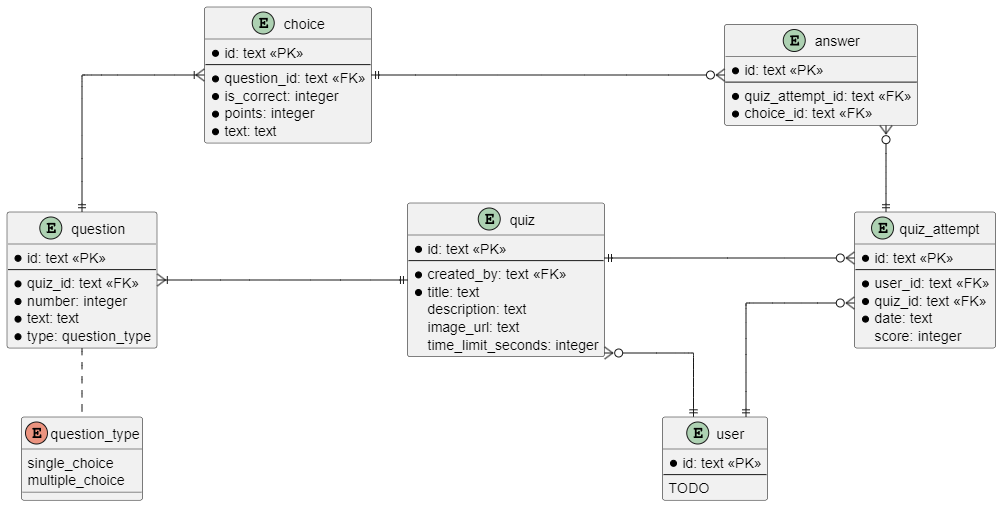
The PlantUML diagram design/erd.png in Quizeek/quizeek, before a commit. Its source is kept beside it as design/erd.puml.
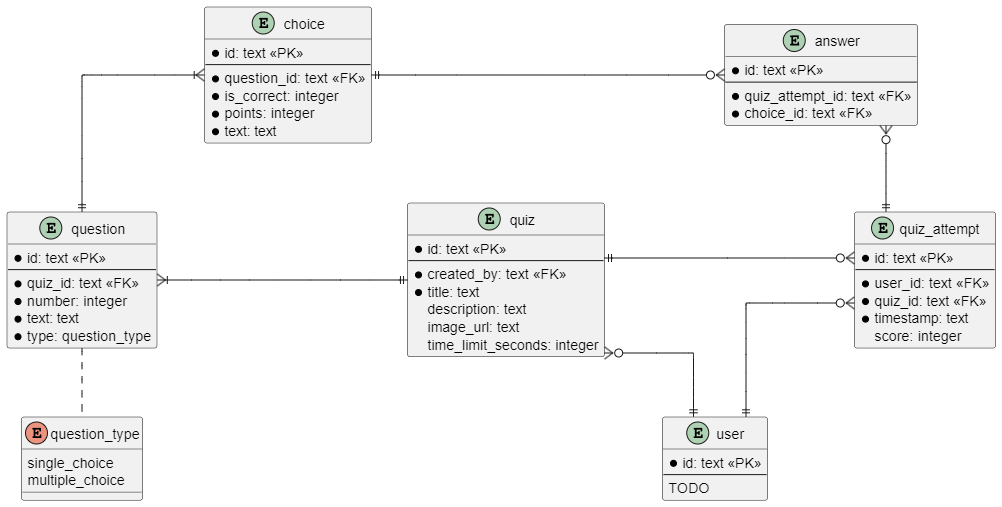
After the change.

Change to the diagram source:
```diff
@@ -46,7 +46,7 @@
     ---
     *user_id: text <<FK>>
     *quiz_id: text <<FK>>
-    *date: text
+    *timestamp: text
     score: integer
 }
 
```
